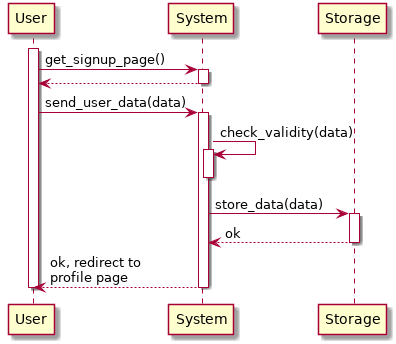
GiorgioUghini/SafeStreets keeps this PlantUML diagram as RASD/images/useCases/sign_up.png. Above is the earlier version.
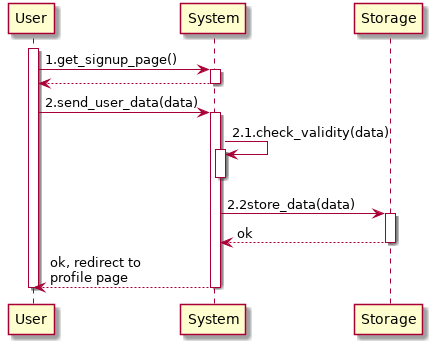
The same diagram one commit later.

Diff of the diagram source:
```diff
@@ -6,12 +6,12 @@
     participant Storage as ST
 
     activate U
-    U -> S: get_signup_page()
+    U -> S: 1.get_signup_page()
     return
-    U -> S: send_user_data(data)
-    S -> S: check_validity(data)
+    U -> S: 2.send_user_data(data)
+    S -> S: 2.1.check_validity(data)
     deactivate S
-    S -> ST: store_data(data)
+    S -> ST: 2.2store_data(data)
     return ok
     return ok, redirect to\nprofile page
     deactivate U
```
